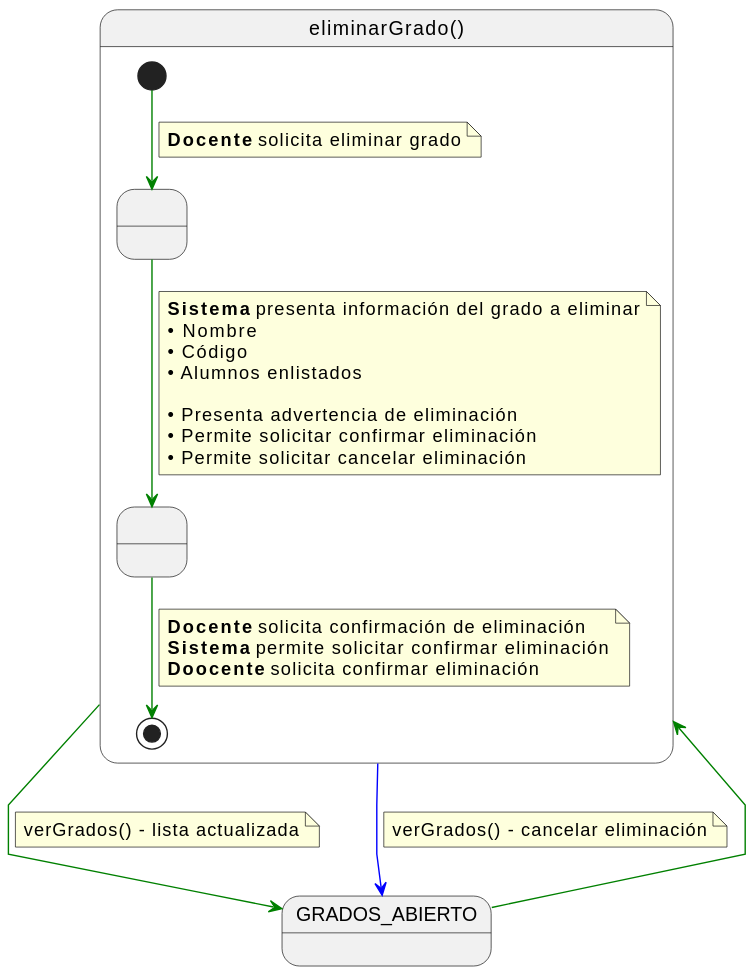
The PlantUML diagram documents/casos-de-uso/detalladoCasosDeUso/eliminarGrado/eliminarGrado.svg in martinlopez7/25-26-IdSw1-SdR, before a commit. Its diagram source:
```plantuml
@startuml
skinparam linetype polyline

state eliminarGrado as "eliminarGrado()" {

    state " " as ConfirmandoEliminacion
    state " " as EliminandoGrado

    [*] -[#green]-> ConfirmandoEliminacion
    note on link
    <b>Docente</b> solicita eliminar grado
    end note

    ConfirmandoEliminacion -[#green]-> EliminandoGrado
    note on link
    <b>Sistema</b> presenta información del grado a eliminar
    • Nombre
    • Código
    • Alumnos enlistados

    • Presenta advertencia de eliminación
    • Permite solicitar confirmar eliminación
    • Permite solicitar cancelar eliminación
    end note

    EliminandoGrado -[#green]-> [*]
    note on link
    <b>Docente</b> solicita confirmación de eliminación
    <b>Sistema</b> permite solicitar confirmar eliminación
    <b>Doocente</b> solicita confirmar eliminación
    end note
}

GRADOS_ABIERTO -[#green]-> eliminarGrado

eliminarGrado -[#green]-> GRADOS_ABIERTO
note on link
verGrados() - lista actualizada
end note

eliminarGrado -[#blue]-> GRADOS_ABIERTO
note on link
verGrados() - cancelar eliminación
end note
@enduml
```
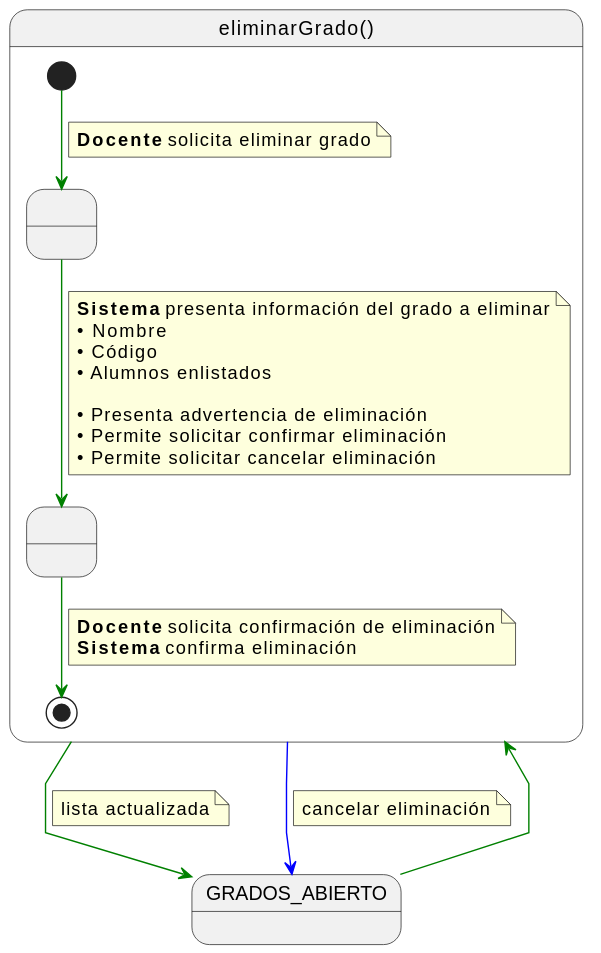
Above is the later version.

What changed in the source:
```diff
@@ -26,8 +26,7 @@
     EliminandoGrado -[#green]-> [*]
     note on link
     <b>Docente</b> solicita confirmación de eliminación
-    <b>Sistema</b> permite solicitar confirmar eliminación
-    <b>Doocente</b> solicita confirmar eliminación
+    <b>Sistema</b> confirma eliminación
     end note
 }
 
@@ -35,11 +34,11 @@
 
 eliminarGrado -[#green]-> GRADOS_ABIERTO
 note on link
-verGrados() - lista actualizada
+lista actualizada
 end note
 
 eliminarGrado -[#blue]-> GRADOS_ABIERTO
 note on link
-verGrados() - cancelar eliminación
+cancelar eliminación
 end note
 @enduml
```
